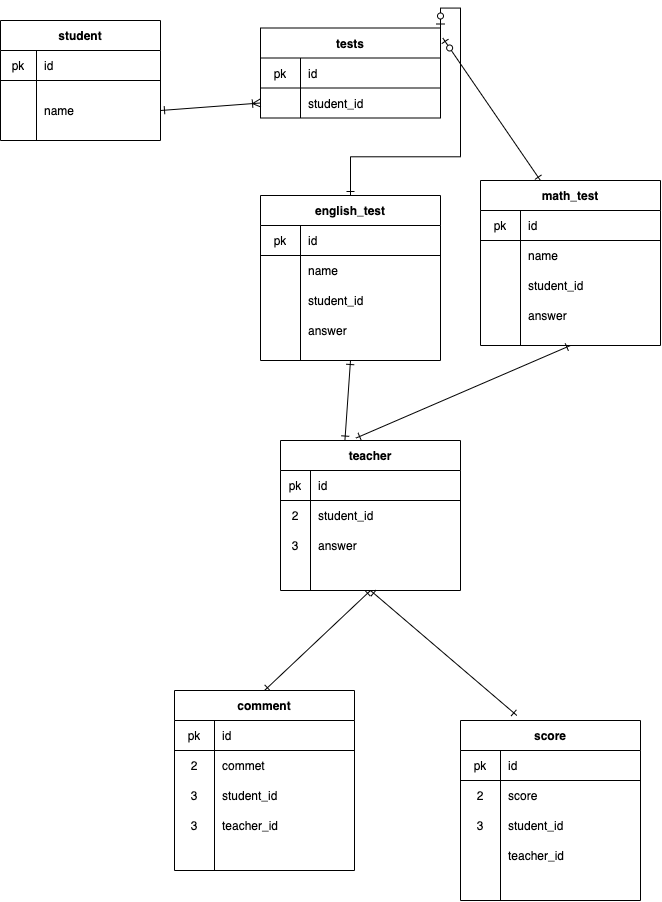
The draw.io diagram index.drawio.png in genki0219/0906, before a commit. Source tidied: cells renumbered, new cells last; positions are measured from the earlier drawing's top-left corner, leaving out a move shared by most shapes.
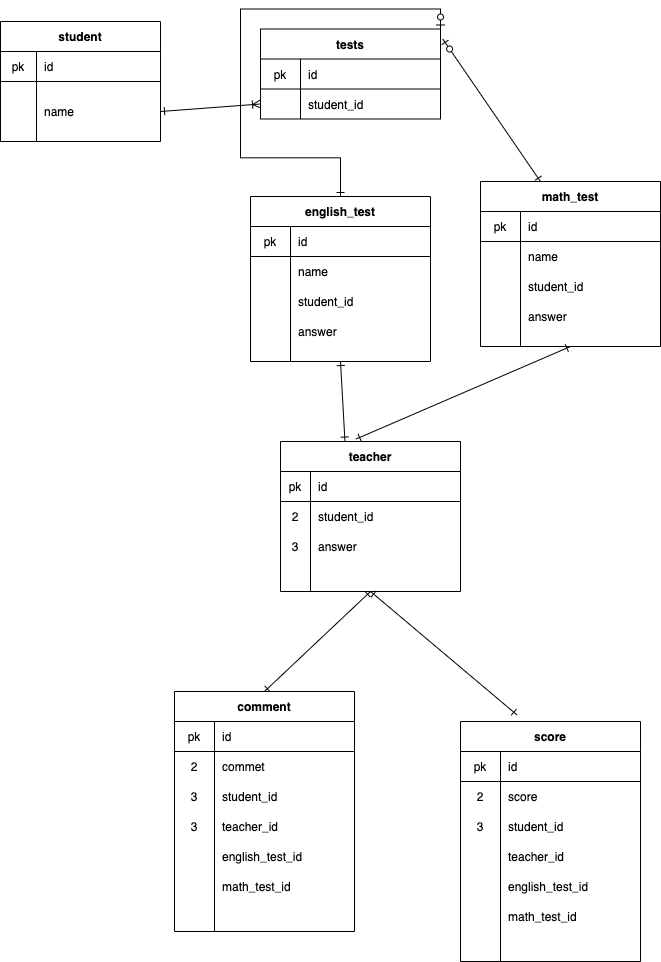
After the change.

Diff of the diagram source:
```diff
@@ -63,7 +63,7 @@
       <mxGeometry x="40" width="140" height="30" as="geometry" />
     </mxCell>
     <mxCell id="22" value="comment" style="shape=table;startSize=30;rowLines=0;fontStyle=1;align=center;" parent="1" vertex="1">
-      <mxGeometry x="174" y="670" width="180" height="180" as="geometry" />
+      <mxGeometry x="174" y="670" width="180" height="240" as="geometry" />
     </mxCell>
     <mxCell id="23" style="shape=partialRectangle;html=1;whiteSpace=wrap;fillColor=none;top=0;left=0;bottom=1;right=0;" parent="22" vertex="1">
       <mxGeometry y="30" width="180" height="30" as="geometry" />
@@ -101,8 +101,26 @@
     <mxCell id="34" value="teacher_id" style="shape=partialRectangle;html=1;whiteSpace=wrap;fillColor=none;top=0;left=0;bottom=0;right=0;align=left;spacingLeft=6;overflow=hidden;" parent="32" vertex="1">
       <mxGeometry x="40" width="140" height="30" as="geometry" />
     </mxCell>
+    <mxCell id="85" style="shape=partialRectangle;html=1;whiteSpace=wrap;fillColor=none;top=0;left=0;bottom=0;right=0;" parent="22" vertex="1">
+      <mxGeometry y="150" width="180" height="30" as="geometry" />
+    </mxCell>
+    <mxCell id="86" style="shape=partialRectangle;html=1;whiteSpace=wrap;fillColor=none;top=0;left=0;bottom=0;right=0;overflow=hidden;" parent="85" vertex="1">
+      <mxGeometry width="40" height="30" as="geometry" />
+    </mxCell>
+    <mxCell id="87" value="english_test_id" style="shape=partialRectangle;html=1;whiteSpace=wrap;fillColor=none;top=0;left=0;bottom=0;right=0;align=left;spacingLeft=6;overflow=hidden;" parent="85" vertex="1">
+      <mxGeometry x="40" width="140" height="30" as="geometry" />
+    </mxCell>
+    <mxCell id="88" style="shape=partialRectangle;html=1;whiteSpace=wrap;fillColor=none;top=0;left=0;bottom=0;right=0;" parent="22" vertex="1">
+      <mxGeometry y="180" width="180" height="30" as="geometry" />
+    </mxCell>
+    <mxCell id="89" style="shape=partialRectangle;html=1;whiteSpace=wrap;fillColor=none;top=0;left=0;bottom=0;right=0;overflow=hidden;" parent="88" vertex="1">
+      <mxGeometry width="40" height="30" as="geometry" />
+    </mxCell>
+    <mxCell id="90" value="math_test_id" style="shape=partialRectangle;html=1;whiteSpace=wrap;fillColor=none;top=0;left=0;bottom=0;right=0;align=left;spacingLeft=6;overflow=hidden;" parent="88" vertex="1">
+      <mxGeometry x="40" width="140" height="30" as="geometry" />
+    </mxCell>
     <mxCell id="35" value="score" style="shape=table;startSize=30;rowLines=0;fontStyle=1;align=center;" parent="1" vertex="1">
-      <mxGeometry x="460" y="700" width="180" height="180" as="geometry" />
+      <mxGeometry x="460" y="700" width="180" height="240" as="geometry" />
     </mxCell>
     <mxCell id="36" style="shape=partialRectangle;html=1;whiteSpace=wrap;fillColor=none;top=0;left=0;bottom=1;right=0;" parent="35" vertex="1">
       <mxGeometry y="30" width="180" height="30" as="geometry" />
@@ -140,6 +158,24 @@
     <mxCell id="47" value="teacher_id" style="shape=partialRectangle;html=1;whiteSpace=wrap;fillColor=none;top=0;left=0;bottom=0;right=0;align=left;spacingLeft=6;overflow=hidden;" parent="45" vertex="1">
       <mxGeometry x="40" width="140" height="30" as="geometry" />
     </mxCell>
+    <mxCell id="91" style="shape=partialRectangle;html=1;whiteSpace=wrap;fillColor=none;top=0;left=0;bottom=0;right=0;" parent="35" vertex="1">
+      <mxGeometry y="150" width="180" height="30" as="geometry" />
+    </mxCell>
+    <mxCell id="92" style="shape=partialRectangle;html=1;whiteSpace=wrap;fillColor=none;top=0;left=0;bottom=0;right=0;overflow=hidden;" parent="91" vertex="1">
+      <mxGeometry width="40" height="30" as="geometry" />
+    </mxCell>
+    <mxCell id="93" value="english_test_id" style="shape=partialRectangle;html=1;whiteSpace=wrap;fillColor=none;top=0;left=0;bottom=0;right=0;align=left;spacingLeft=6;overflow=hidden;" parent="91" vertex="1">
+      <mxGeometry x="40" width="140" height="30" as="geometry" />
+    </mxCell>
+    <mxCell id="94" style="shape=partialRectangle;html=1;whiteSpace=wrap;fillColor=none;top=0;left=0;bottom=0;right=0;" parent="35" vertex="1">
+      <mxGeometry y="180" width="180" height="30" as="geometry" />
+    </mxCell>
+    <mxCell id="95" style="shape=partialRectangle;html=1;whiteSpace=wrap;fillColor=none;top=0;left=0;bottom=0;right=0;overflow=hidden;" parent="94" vertex="1">
+      <mxGeometry width="40" height="30" as="geometry" />
+    </mxCell>
+    <mxCell id="96" value="math_test_id" style="shape=partialRectangle;html=1;whiteSpace=wrap;fillColor=none;top=0;left=0;bottom=0;right=0;align=left;spacingLeft=6;overflow=hidden;" parent="94" vertex="1">
+      <mxGeometry x="40" width="140" height="30" as="geometry" />
+    </mxCell>
     <mxCell id="48" value="student" style="shape=table;startSize=30;rowLines=0;fontStyle=1;align=center;" parent="1" vertex="1">
       <mxGeometry width="160" height="120" as="geometry" />
     </mxCell>
@@ -207,7 +243,7 @@
       <mxGeometry relative="1" as="geometry" />
     </mxCell>
     <mxCell id="70" value="english_test" style="shape=table;startSize=30;rowLines=0;fontStyle=1;align=center;" parent="1" vertex="1">
-      <mxGeometry x="260" y="175" width="180" height="165" as="geometry" />
+      <mxGeometry x="250" y="175" width="180" height="165" as="geometry" />
     </mxCell>
     <mxCell id="71" style="shape=partialRectangle;html=1;whiteSpace=wrap;fillColor=none;top=0;left=0;bottom=1;right=0;" parent="70" vertex="1">
       <mxGeometry y="30" width="180" height="30" as="geometry" />
```
